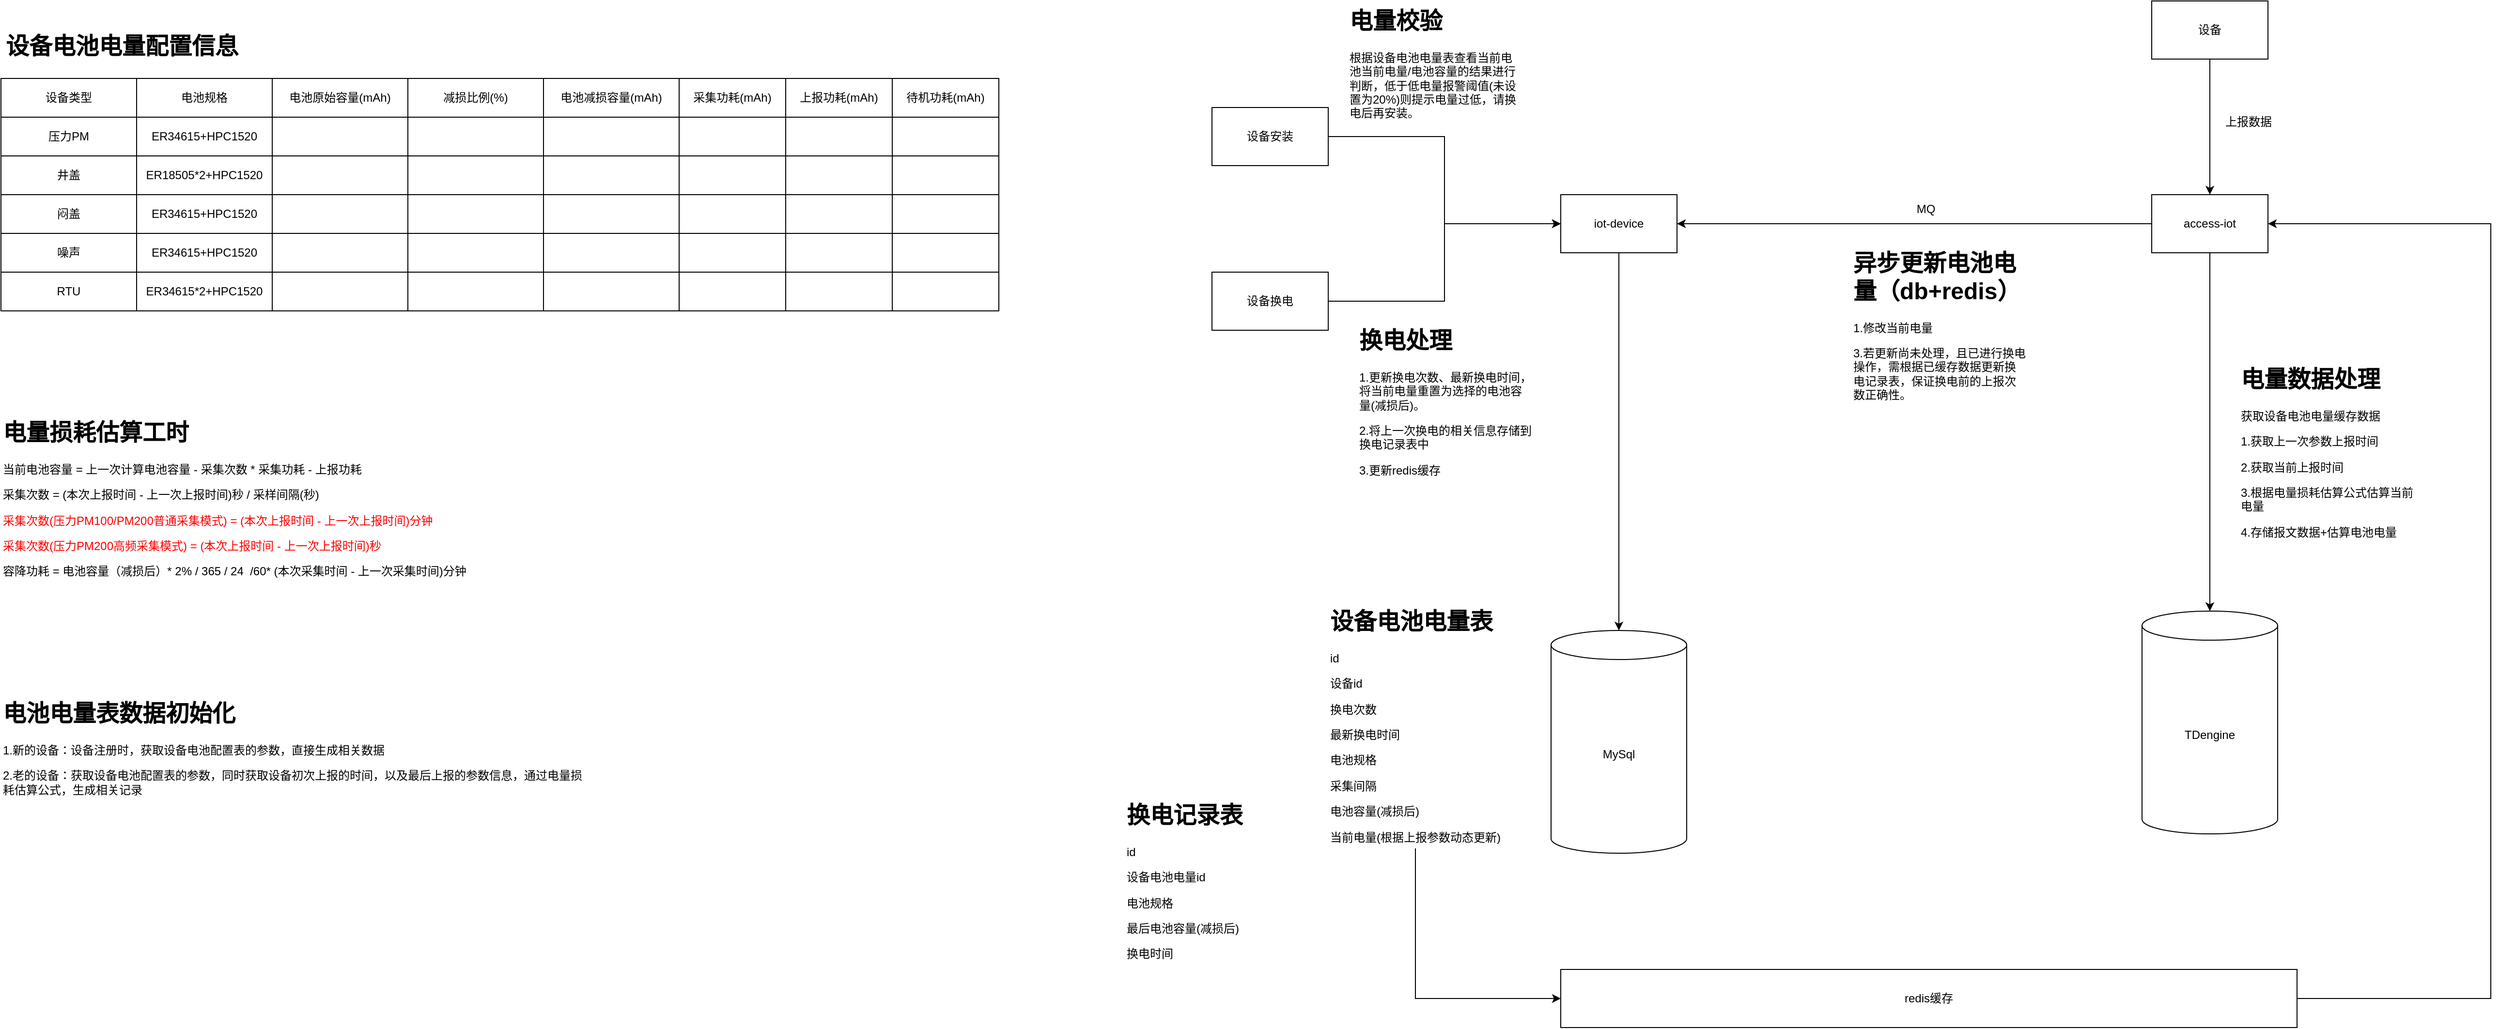
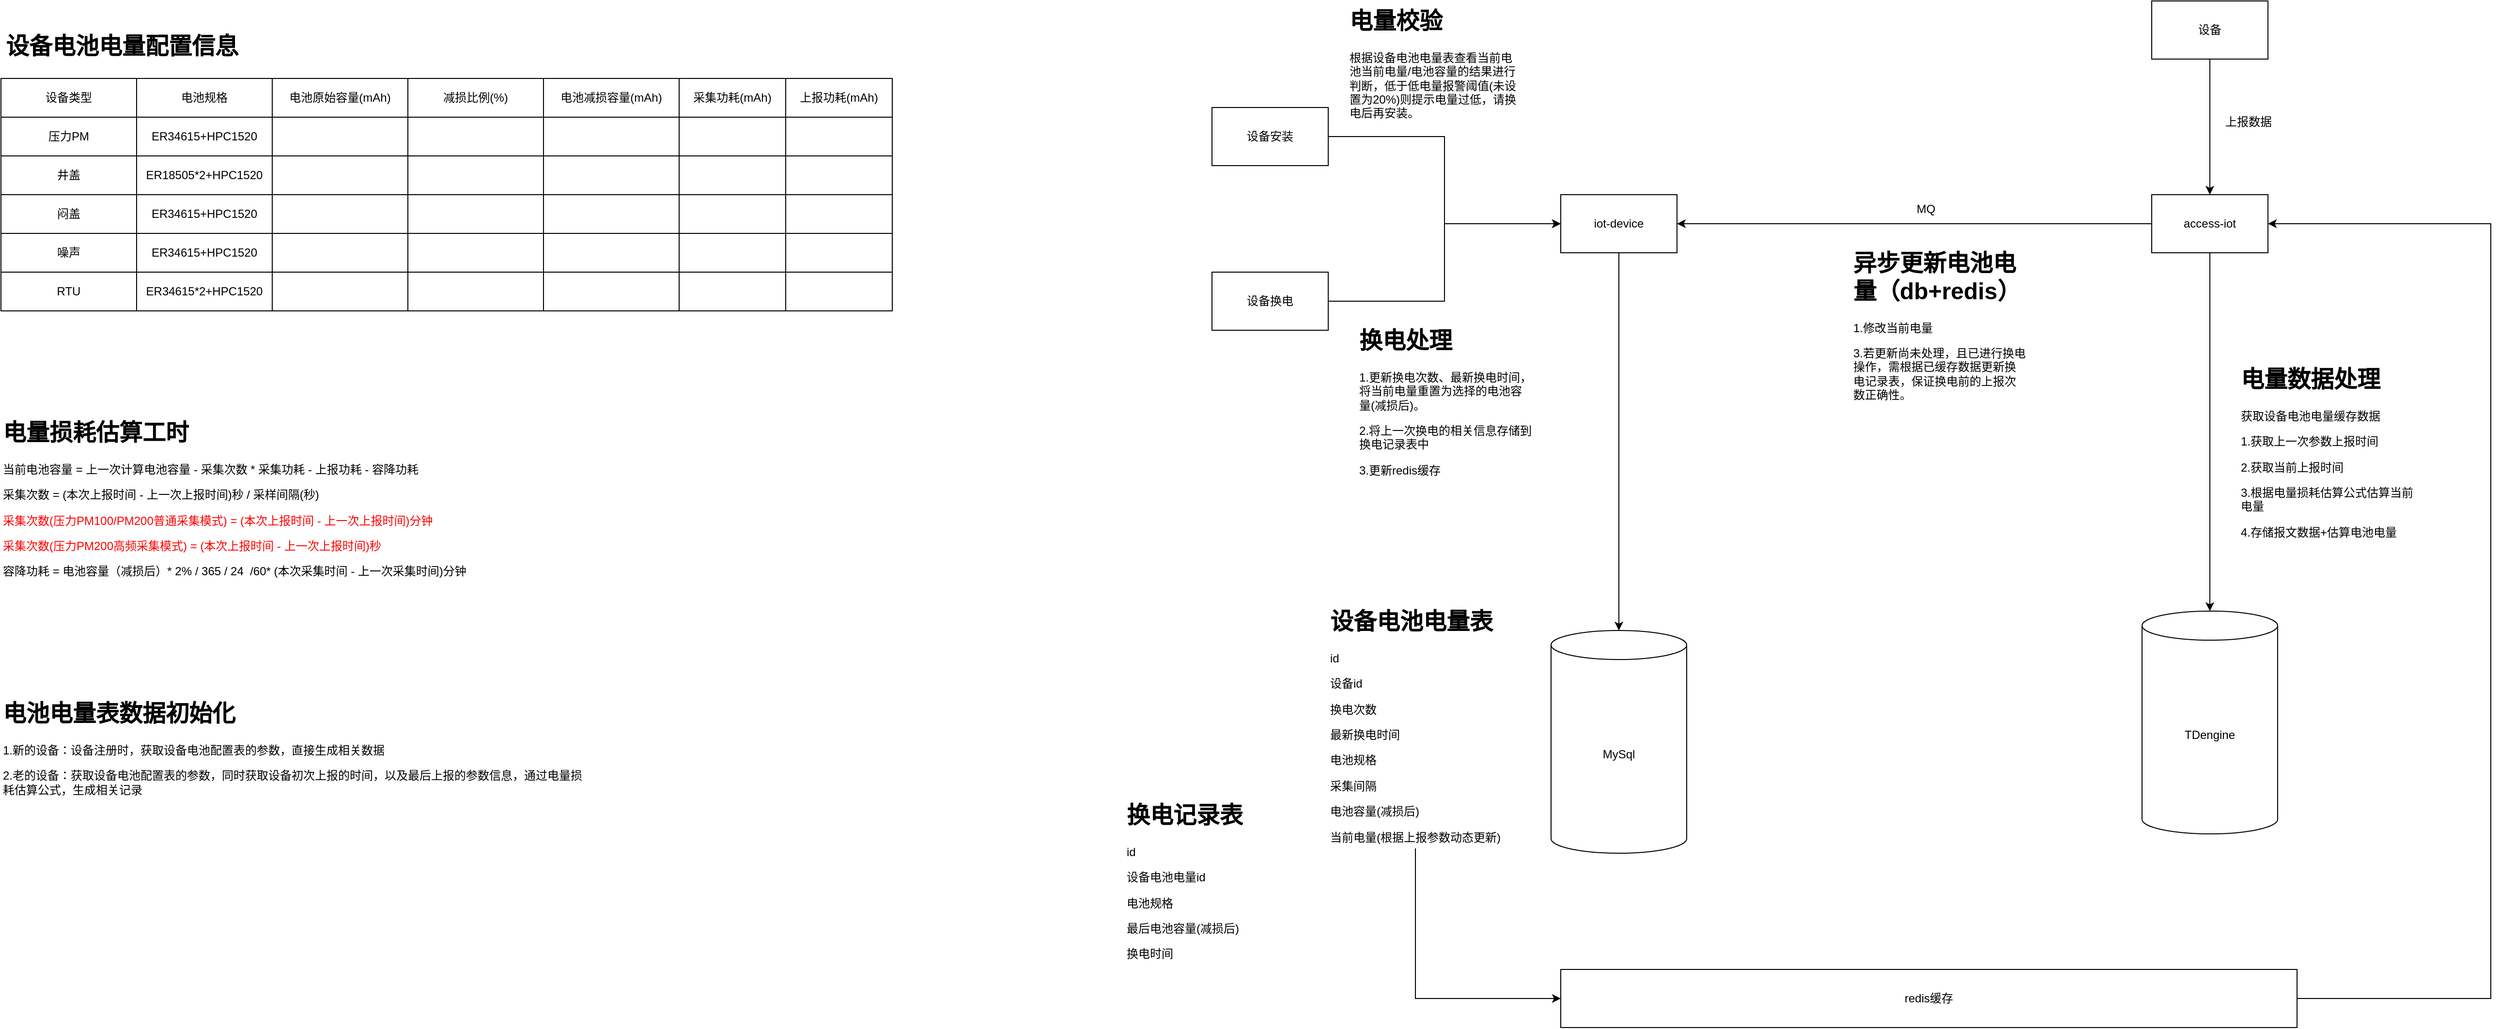
<mxfile host="app.diagrams.net">
  <diagram name="第 1 页" id="CJTt0Y1e_nSTC3EHAazc">
-     <mxGraphModel dx="1904" dy="582" grid="1" gridSize="10" guides="1" tooltips="1" connect="1" arrows="1" fold="1" page="1" pageScale="1" pageWidth="827" pageHeight="1169" math="0" shadow="0">
+     <mxGraphModel dx="3555" dy="1475" grid="1" gridSize="10" guides="1" tooltips="1" connect="1" arrows="1" fold="1" page="1" pageScale="1" pageWidth="827" pageHeight="1169" math="0" shadow="0">
      <root>
        <mxCell id="0" />
        <mxCell id="1" parent="0" />
        <mxCell id="PJUP-OBpyC3OTBr9TddZ-1" edge="1" parent="1" source="PJUP-OBpyC3OTBr9TddZ-2" style="edgeStyle=orthogonalEdgeStyle;rounded=0;orthogonalLoop=1;jettySize=auto;html=1;exitX=0.5;exitY=1;exitDx=0;exitDy=0;" target="PJUP-OBpyC3OTBr9TddZ-6">
          <mxGeometry relative="1" as="geometry" />
        </mxCell>
        <mxCell id="PJUP-OBpyC3OTBr9TddZ-2" parent="1" style="rounded=0;whiteSpace=wrap;html=1;" value="iot-device" vertex="1">
          <mxGeometry height="60" width="120" x="1560" y="530" as="geometry" />
        </mxCell>
        <mxCell id="PJUP-OBpyC3OTBr9TddZ-3" edge="1" parent="1" source="PJUP-OBpyC3OTBr9TddZ-5" style="edgeStyle=orthogonalEdgeStyle;rounded=0;orthogonalLoop=1;jettySize=auto;html=1;exitX=0;exitY=0.5;exitDx=0;exitDy=0;entryX=1;entryY=0.5;entryDx=0;entryDy=0;" target="PJUP-OBpyC3OTBr9TddZ-2">
          <mxGeometry relative="1" as="geometry" />
        </mxCell>
        <mxCell id="PJUP-OBpyC3OTBr9TddZ-4" edge="1" parent="1" source="PJUP-OBpyC3OTBr9TddZ-5" style="edgeStyle=orthogonalEdgeStyle;rounded=0;orthogonalLoop=1;jettySize=auto;html=1;exitX=0.5;exitY=1;exitDx=0;exitDy=0;" target="PJUP-OBpyC3OTBr9TddZ-7">
          <mxGeometry relative="1" as="geometry" />
        </mxCell>
        <mxCell id="PJUP-OBpyC3OTBr9TddZ-5" parent="1" style="rounded=0;whiteSpace=wrap;html=1;" value="access-iot" vertex="1">
          <mxGeometry height="60" width="120" x="2170" y="530" as="geometry" />
        </mxCell>
        <mxCell id="PJUP-OBpyC3OTBr9TddZ-6" parent="1" style="shape=cylinder3;whiteSpace=wrap;html=1;boundedLbl=1;backgroundOutline=1;size=15;" value="MySql" vertex="1">
          <mxGeometry height="230" width="140" x="1550" y="980" as="geometry" />
        </mxCell>
        <mxCell id="PJUP-OBpyC3OTBr9TddZ-7" parent="1" style="shape=cylinder3;whiteSpace=wrap;html=1;boundedLbl=1;backgroundOutline=1;size=15;" value="TDengine" vertex="1">
          <mxGeometry height="230" width="140" x="2160" y="960" as="geometry" />
        </mxCell>
        <mxCell id="PJUP-OBpyC3OTBr9TddZ-8" parent="1" style="text;html=1;whiteSpace=wrap;strokeColor=none;fillColor=none;align=center;verticalAlign=middle;rounded=0;" value="MQ" vertex="1">
          <mxGeometry height="30" width="60" x="1907" y="530" as="geometry" />
        </mxCell>
        <mxCell id="PJUP-OBpyC3OTBr9TddZ-9" edge="1" parent="1" source="PJUP-OBpyC3OTBr9TddZ-10" style="edgeStyle=orthogonalEdgeStyle;rounded=0;orthogonalLoop=1;jettySize=auto;html=1;exitX=0.5;exitY=1;exitDx=0;exitDy=0;entryX=0;entryY=0.5;entryDx=0;entryDy=0;" target="PJUP-OBpyC3OTBr9TddZ-12">
          <mxGeometry relative="1" as="geometry" />
        </mxCell>
        <mxCell id="PJUP-OBpyC3OTBr9TddZ-10" parent="1" style="text;html=1;whiteSpace=wrap;overflow=hidden;rounded=0;" value="&lt;h1 style=&quot;margin-top: 0px;&quot;&gt;设备电池电量表&lt;/h1&gt;&lt;p&gt;id&lt;/p&gt;&lt;p&gt;设备id&lt;/p&gt;&lt;p&gt;换电次数&lt;/p&gt;&lt;p&gt;最新换电时间&lt;/p&gt;&lt;p&gt;电池规格&lt;/p&gt;&lt;p&gt;采集间隔&lt;/p&gt;&lt;p&gt;电池容量(减损后)&lt;/p&gt;&lt;p&gt;当前电量(&lt;span style=&quot;background-color: transparent; color: light-dark(rgb(0, 0, 0), rgb(255, 255, 255));&quot;&gt;根据上报参数动态更新&lt;/span&gt;&lt;span style=&quot;background-color: transparent; color: light-dark(rgb(0, 0, 0), rgb(255, 255, 255));&quot;&gt;)&lt;/span&gt;&lt;/p&gt;" vertex="1">
          <mxGeometry height="255" width="180" x="1320" y="950" as="geometry" />
        </mxCell>
        <mxCell id="PJUP-OBpyC3OTBr9TddZ-11" edge="1" parent="1" source="PJUP-OBpyC3OTBr9TddZ-12" style="edgeStyle=orthogonalEdgeStyle;rounded=0;orthogonalLoop=1;jettySize=auto;html=1;exitX=1;exitY=0.5;exitDx=0;exitDy=0;entryX=1;entryY=0.5;entryDx=0;entryDy=0;" target="PJUP-OBpyC3OTBr9TddZ-5">
          <mxGeometry relative="1" as="geometry">
            <Array as="points">
              <mxPoint x="2520" y="1360" />
              <mxPoint x="2520" y="560" />
            </Array>
          </mxGeometry>
        </mxCell>
        <mxCell id="PJUP-OBpyC3OTBr9TddZ-12" parent="1" style="rounded=0;whiteSpace=wrap;html=1;" value="redis缓存" vertex="1">
          <mxGeometry height="60" width="760" x="1560" y="1330" as="geometry" />
        </mxCell>
        <mxCell id="PJUP-OBpyC3OTBr9TddZ-13" edge="1" parent="1" source="PJUP-OBpyC3OTBr9TddZ-14" style="edgeStyle=orthogonalEdgeStyle;rounded=0;orthogonalLoop=1;jettySize=auto;html=1;exitX=0.5;exitY=1;exitDx=0;exitDy=0;entryX=0.5;entryY=0;entryDx=0;entryDy=0;" target="PJUP-OBpyC3OTBr9TddZ-5">
          <mxGeometry relative="1" as="geometry" />
        </mxCell>
        <mxCell id="PJUP-OBpyC3OTBr9TddZ-14" parent="1" style="rounded=0;whiteSpace=wrap;html=1;" value="设备" vertex="1">
          <mxGeometry height="60" width="120" x="2170" y="330" as="geometry" />
        </mxCell>
        <mxCell id="PJUP-OBpyC3OTBr9TddZ-15" parent="1" style="text;html=1;whiteSpace=wrap;strokeColor=none;fillColor=none;align=center;verticalAlign=middle;rounded=0;" value="上报数据" vertex="1">
          <mxGeometry height="30" width="60" x="2240" y="440" as="geometry" />
        </mxCell>
        <mxCell id="PJUP-OBpyC3OTBr9TddZ-16" parent="1" style="text;html=1;whiteSpace=wrap;overflow=hidden;rounded=0;" value="&lt;h1 style=&quot;margin-top: 0px;&quot;&gt;电量数据处理&lt;/h1&gt;&lt;p&gt;获取设备电池电量缓存数据&lt;/p&gt;&lt;p&gt;1.获取上一次参数上报时间&lt;/p&gt;&lt;p&gt;2.获取当前上报时间&lt;/p&gt;&lt;p&gt;3.根据电量损耗估算公式估算当前电量&lt;/p&gt;&lt;p&gt;4.存储报文数据+估算电池电量&lt;/p&gt;&lt;p&gt;&lt;br&gt;&lt;/p&gt;&lt;p&gt;&lt;br&gt;&lt;/p&gt;" vertex="1">
          <mxGeometry height="250" width="180" x="2260" y="700" as="geometry" />
        </mxCell>
        <mxCell id="PJUP-OBpyC3OTBr9TddZ-17" edge="1" parent="1" source="PJUP-OBpyC3OTBr9TddZ-18" style="edgeStyle=orthogonalEdgeStyle;rounded=0;orthogonalLoop=1;jettySize=auto;html=1;exitX=1;exitY=0.5;exitDx=0;exitDy=0;entryX=0;entryY=0.5;entryDx=0;entryDy=0;" target="PJUP-OBpyC3OTBr9TddZ-2">
          <mxGeometry relative="1" as="geometry" />
        </mxCell>
        <mxCell id="PJUP-OBpyC3OTBr9TddZ-18" parent="1" style="rounded=0;whiteSpace=wrap;html=1;" value="设备安装" vertex="1">
          <mxGeometry height="60" width="120" x="1200" y="440" as="geometry" />
        </mxCell>
        <mxCell id="PJUP-OBpyC3OTBr9TddZ-19" edge="1" parent="1" source="PJUP-OBpyC3OTBr9TddZ-20" style="edgeStyle=orthogonalEdgeStyle;rounded=0;orthogonalLoop=1;jettySize=auto;html=1;exitX=1;exitY=0.5;exitDx=0;exitDy=0;entryX=0;entryY=0.5;entryDx=0;entryDy=0;" target="PJUP-OBpyC3OTBr9TddZ-2">
          <mxGeometry relative="1" as="geometry" />
        </mxCell>
        <mxCell id="PJUP-OBpyC3OTBr9TddZ-20" parent="1" style="rounded=0;whiteSpace=wrap;html=1;" value="设备换电" vertex="1">
          <mxGeometry height="60" width="120" x="1200" y="610" as="geometry" />
        </mxCell>
        <mxCell id="PJUP-OBpyC3OTBr9TddZ-21" parent="1" style="text;html=1;whiteSpace=wrap;overflow=hidden;rounded=0;" value="&lt;h1 style=&quot;margin-top: 0px;&quot;&gt;电量校验&lt;/h1&gt;&lt;p&gt;根据设备电池电量表查看当前电池当前电量/电池容量的结果进行判断，低于低电量报警阈值&lt;span style=&quot;background-color: transparent; color: light-dark(rgb(0, 0, 0), rgb(255, 255, 255));&quot;&gt;(未设置为20%)&lt;/span&gt;&lt;span style=&quot;background-color: transparent; color: light-dark(rgb(0, 0, 0), rgb(255, 255, 255));&quot;&gt;则提示电量过低，请换电后再安装。&lt;/span&gt;&lt;/p&gt;" vertex="1">
          <mxGeometry height="150" width="180" x="1340" y="330" as="geometry" />
        </mxCell>
        <mxCell id="PJUP-OBpyC3OTBr9TddZ-22" parent="1" style="text;html=1;whiteSpace=wrap;overflow=hidden;rounded=0;" value="&lt;h1 style=&quot;margin-top: 0px;&quot;&gt;换电处理&lt;/h1&gt;&lt;p&gt;1.更新换电次数、最新换电时间，将当前电量重置为选择的电池容量(减损后)。&lt;/p&gt;&lt;p&gt;2.将上一次换电的相关信息存储到换电记录表中&lt;/p&gt;&lt;p&gt;3.更新redis缓存&lt;/p&gt;" vertex="1">
          <mxGeometry height="180" width="180" x="1350" y="660" as="geometry" />
        </mxCell>
        <mxCell id="PJUP-OBpyC3OTBr9TddZ-23" parent="1" style="text;html=1;whiteSpace=wrap;overflow=hidden;rounded=0;" value="&lt;h1 style=&quot;margin-top: 0px;&quot;&gt;换电记录表&lt;/h1&gt;&lt;p&gt;id&lt;/p&gt;&lt;p&gt;设备电池电量id&lt;/p&gt;&lt;p&gt;电池规格&lt;/p&gt;&lt;p&gt;最后电池容量(减损后)&lt;/p&gt;&lt;p&gt;换电时间&lt;/p&gt;" vertex="1">
          <mxGeometry height="210" width="180" x="1110" y="1150" as="geometry" />
        </mxCell>
        <mxCell id="PJUP-OBpyC3OTBr9TddZ-24" parent="1" style="text;html=1;whiteSpace=wrap;overflow=hidden;rounded=0;" value="&lt;h1 style=&quot;margin-top: 0px;&quot;&gt;异步更新电池电量（db+redis）&lt;/h1&gt;&lt;p&gt;1.修改当前电量&lt;/p&gt;&lt;p&gt;3.若更新尚未处理，且已进行换电操作，需根据已缓存数据更新换电记录表，保证换电前的上报次数正确性。&lt;/p&gt;&lt;p&gt;&lt;br&gt;&lt;/p&gt;" vertex="1">
          <mxGeometry height="310" width="180" x="1860" y="580" as="geometry" />
        </mxCell>
        <mxCell id="PJUP-OBpyC3OTBr9TddZ-25" parent="1" style="shape=table;startSize=0;container=1;collapsible=0;childLayout=tableLayout;fixedHeader=1;" value="" vertex="1">
-           <mxGeometry height="240" width="1030" x="-50" y="410" as="geometry" />
+           <mxGeometry height="240" width="920" x="-50" y="410" as="geometry" />
        </mxCell>
        <mxCell id="PJUP-OBpyC3OTBr9TddZ-26" parent="PJUP-OBpyC3OTBr9TddZ-25" style="shape=tableRow;horizontal=0;startSize=0;swimlaneHead=0;swimlaneBody=0;strokeColor=inherit;top=0;left=0;bottom=0;right=0;collapsible=0;dropTarget=0;fillColor=none;points=[[0,0.5],[1,0.5]];portConstraint=eastwest;fixedHeader=1;" value="" vertex="1">
-           <mxGeometry height="40" width="1030" as="geometry" />
+           <mxGeometry height="40" width="920" as="geometry" />
        </mxCell>
        <mxCell id="PJUP-OBpyC3OTBr9TddZ-27" parent="PJUP-OBpyC3OTBr9TddZ-26" style="shape=partialRectangle;html=1;whiteSpace=wrap;connectable=0;strokeColor=inherit;overflow=hidden;fillColor=none;top=0;left=0;bottom=0;right=0;pointerEvents=1;" value="设备类型" vertex="1">
          <mxGeometry height="40" width="140" as="geometry">
            <mxRectangle height="40" width="140" as="alternateBounds" />
          </mxGeometry>
        </mxCell>
        <mxCell id="PJUP-OBpyC3OTBr9TddZ-28" parent="PJUP-OBpyC3OTBr9TddZ-26" style="shape=partialRectangle;html=1;whiteSpace=wrap;connectable=0;strokeColor=inherit;overflow=hidden;fillColor=none;top=0;left=0;bottom=0;right=0;pointerEvents=1;" value="电池规格" vertex="1">
          <mxGeometry height="40" width="140" x="140" as="geometry">
            <mxRectangle height="40" width="140" as="alternateBounds" />
          </mxGeometry>
        </mxCell>
        <mxCell id="PJUP-OBpyC3OTBr9TddZ-29" parent="PJUP-OBpyC3OTBr9TddZ-26" style="shape=partialRectangle;html=1;whiteSpace=wrap;connectable=0;strokeColor=inherit;overflow=hidden;fillColor=none;top=0;left=0;bottom=0;right=0;pointerEvents=1;" value="电池原始容量(mAh)" vertex="1">
          <mxGeometry height="40" width="140" x="280" as="geometry">
            <mxRectangle height="40" width="140" as="alternateBounds" />
          </mxGeometry>
        </mxCell>
        <mxCell id="PJUP-OBpyC3OTBr9TddZ-50" parent="PJUP-OBpyC3OTBr9TddZ-26" style="shape=partialRectangle;html=1;whiteSpace=wrap;connectable=0;strokeColor=inherit;overflow=hidden;fillColor=none;top=0;left=0;bottom=0;right=0;pointerEvents=1;" value="减损比例(%)" vertex="1">
          <mxGeometry height="40" width="140" x="420" as="geometry">
            <mxRectangle height="40" width="140" as="alternateBounds" />
          </mxGeometry>
        </mxCell>
        <mxCell id="PJUP-OBpyC3OTBr9TddZ-56" parent="PJUP-OBpyC3OTBr9TddZ-26" style="shape=partialRectangle;html=1;whiteSpace=wrap;connectable=0;strokeColor=inherit;overflow=hidden;fillColor=none;top=0;left=0;bottom=0;right=0;pointerEvents=1;" value="电池减损容量(mAh)" vertex="1">
          <mxGeometry height="40" width="140" x="560" as="geometry">
            <mxRectangle height="40" width="140" as="alternateBounds" />
          </mxGeometry>
        </mxCell>
        <mxCell id="PJUP-OBpyC3OTBr9TddZ-77" parent="PJUP-OBpyC3OTBr9TddZ-26" style="shape=partialRectangle;html=1;whiteSpace=wrap;connectable=0;strokeColor=inherit;overflow=hidden;fillColor=none;top=0;left=0;bottom=0;right=0;pointerEvents=1;" value="采集功耗(mAh)" vertex="1">
          <mxGeometry height="40" width="110" x="700" as="geometry">
            <mxRectangle height="40" width="110" as="alternateBounds" />
          </mxGeometry>
        </mxCell>
        <mxCell id="PJUP-OBpyC3OTBr9TddZ-90" parent="PJUP-OBpyC3OTBr9TddZ-26" style="shape=partialRectangle;html=1;whiteSpace=wrap;connectable=0;strokeColor=inherit;overflow=hidden;fillColor=none;top=0;left=0;bottom=0;right=0;pointerEvents=1;" value="上报功耗(mAh)" vertex="1">
          <mxGeometry height="40" width="110" x="810" as="geometry">
            <mxRectangle height="40" width="110" as="alternateBounds" />
          </mxGeometry>
        </mxCell>
-         <mxCell id="PJUP-OBpyC3OTBr9TddZ-83" parent="PJUP-OBpyC3OTBr9TddZ-26" style="shape=partialRectangle;html=1;whiteSpace=wrap;connectable=0;strokeColor=inherit;overflow=hidden;fillColor=none;top=0;left=0;bottom=0;right=0;pointerEvents=1;" value="待机功耗(mAh)" vertex="1">
-           <mxGeometry height="40" width="110" x="920" as="geometry">
-             <mxRectangle height="40" width="110" as="alternateBounds" />
-           </mxGeometry>
-         </mxCell>
        <mxCell id="PJUP-OBpyC3OTBr9TddZ-30" parent="PJUP-OBpyC3OTBr9TddZ-25" style="shape=tableRow;horizontal=0;startSize=0;swimlaneHead=0;swimlaneBody=0;strokeColor=inherit;top=0;left=0;bottom=0;right=0;collapsible=0;dropTarget=0;fillColor=none;points=[[0,0.5],[1,0.5]];portConstraint=eastwest;fixedHeader=1;" value="" vertex="1">
-           <mxGeometry height="40" width="1030" y="40" as="geometry" />
+           <mxGeometry height="40" width="920" y="40" as="geometry" />
        </mxCell>
        <mxCell id="PJUP-OBpyC3OTBr9TddZ-31" parent="PJUP-OBpyC3OTBr9TddZ-30" style="shape=partialRectangle;html=1;whiteSpace=wrap;connectable=0;strokeColor=inherit;overflow=hidden;fillColor=none;top=0;left=0;bottom=0;right=0;pointerEvents=1;" value="压力PM" vertex="1">
          <mxGeometry height="40" width="140" as="geometry">
            <mxRectangle height="40" width="140" as="alternateBounds" />
          </mxGeometry>
        </mxCell>
        <mxCell id="PJUP-OBpyC3OTBr9TddZ-32" parent="PJUP-OBpyC3OTBr9TddZ-30" style="shape=partialRectangle;html=1;whiteSpace=wrap;connectable=0;strokeColor=inherit;overflow=hidden;fillColor=none;top=0;left=0;bottom=0;right=0;pointerEvents=1;" value="ER34615+HPC1520" vertex="1">
          <mxGeometry height="40" width="140" x="140" as="geometry">
            <mxRectangle height="40" width="140" as="alternateBounds" />
          </mxGeometry>
        </mxCell>
        <mxCell id="PJUP-OBpyC3OTBr9TddZ-33" parent="PJUP-OBpyC3OTBr9TddZ-30" style="shape=partialRectangle;html=1;whiteSpace=wrap;connectable=0;strokeColor=inherit;overflow=hidden;fillColor=none;top=0;left=0;bottom=0;right=0;pointerEvents=1;" value="" vertex="1">
          <mxGeometry height="40" width="140" x="280" as="geometry">
            <mxRectangle height="40" width="140" as="alternateBounds" />
          </mxGeometry>
        </mxCell>
        <mxCell id="PJUP-OBpyC3OTBr9TddZ-51" parent="PJUP-OBpyC3OTBr9TddZ-30" style="shape=partialRectangle;html=1;whiteSpace=wrap;connectable=0;strokeColor=inherit;overflow=hidden;fillColor=none;top=0;left=0;bottom=0;right=0;pointerEvents=1;" vertex="1">
          <mxGeometry height="40" width="140" x="420" as="geometry">
            <mxRectangle height="40" width="140" as="alternateBounds" />
          </mxGeometry>
        </mxCell>
        <mxCell id="PJUP-OBpyC3OTBr9TddZ-57" parent="PJUP-OBpyC3OTBr9TddZ-30" style="shape=partialRectangle;html=1;whiteSpace=wrap;connectable=0;strokeColor=inherit;overflow=hidden;fillColor=none;top=0;left=0;bottom=0;right=0;pointerEvents=1;" vertex="1">
          <mxGeometry height="40" width="140" x="560" as="geometry">
            <mxRectangle height="40" width="140" as="alternateBounds" />
          </mxGeometry>
        </mxCell>
        <mxCell id="PJUP-OBpyC3OTBr9TddZ-78" parent="PJUP-OBpyC3OTBr9TddZ-30" style="shape=partialRectangle;html=1;whiteSpace=wrap;connectable=0;strokeColor=inherit;overflow=hidden;fillColor=none;top=0;left=0;bottom=0;right=0;pointerEvents=1;" vertex="1">
          <mxGeometry height="40" width="110" x="700" as="geometry">
            <mxRectangle height="40" width="110" as="alternateBounds" />
          </mxGeometry>
        </mxCell>
        <mxCell id="PJUP-OBpyC3OTBr9TddZ-91" parent="PJUP-OBpyC3OTBr9TddZ-30" style="shape=partialRectangle;html=1;whiteSpace=wrap;connectable=0;strokeColor=inherit;overflow=hidden;fillColor=none;top=0;left=0;bottom=0;right=0;pointerEvents=1;" vertex="1">
          <mxGeometry height="40" width="110" x="810" as="geometry">
            <mxRectangle height="40" width="110" as="alternateBounds" />
          </mxGeometry>
        </mxCell>
-         <mxCell id="PJUP-OBpyC3OTBr9TddZ-84" parent="PJUP-OBpyC3OTBr9TddZ-30" style="shape=partialRectangle;html=1;whiteSpace=wrap;connectable=0;strokeColor=inherit;overflow=hidden;fillColor=none;top=0;left=0;bottom=0;right=0;pointerEvents=1;" vertex="1">
-           <mxGeometry height="40" width="110" x="920" as="geometry">
-             <mxRectangle height="40" width="110" as="alternateBounds" />
-           </mxGeometry>
-         </mxCell>
        <mxCell id="PJUP-OBpyC3OTBr9TddZ-34" parent="PJUP-OBpyC3OTBr9TddZ-25" style="shape=tableRow;horizontal=0;startSize=0;swimlaneHead=0;swimlaneBody=0;strokeColor=inherit;top=0;left=0;bottom=0;right=0;collapsible=0;dropTarget=0;fillColor=none;points=[[0,0.5],[1,0.5]];portConstraint=eastwest;fixedHeader=1;" value="" vertex="1">
-           <mxGeometry height="40" width="1030" y="80" as="geometry" />
+           <mxGeometry height="40" width="920" y="80" as="geometry" />
        </mxCell>
        <mxCell id="PJUP-OBpyC3OTBr9TddZ-35" parent="PJUP-OBpyC3OTBr9TddZ-34" style="shape=partialRectangle;html=1;whiteSpace=wrap;connectable=0;strokeColor=inherit;overflow=hidden;fillColor=none;top=0;left=0;bottom=0;right=0;pointerEvents=1;" value="井盖" vertex="1">
          <mxGeometry height="40" width="140" as="geometry">
            <mxRectangle height="40" width="140" as="alternateBounds" />
          </mxGeometry>
        </mxCell>
        <mxCell id="PJUP-OBpyC3OTBr9TddZ-36" parent="PJUP-OBpyC3OTBr9TddZ-34" style="shape=partialRectangle;html=1;whiteSpace=wrap;connectable=0;strokeColor=inherit;overflow=hidden;fillColor=none;top=0;left=0;bottom=0;right=0;pointerEvents=1;" value="ER18505*2+HPC1520" vertex="1">
          <mxGeometry height="40" width="140" x="140" as="geometry">
            <mxRectangle height="40" width="140" as="alternateBounds" />
          </mxGeometry>
        </mxCell>
        <mxCell id="PJUP-OBpyC3OTBr9TddZ-37" parent="PJUP-OBpyC3OTBr9TddZ-34" style="shape=partialRectangle;html=1;whiteSpace=wrap;connectable=0;strokeColor=inherit;overflow=hidden;fillColor=none;top=0;left=0;bottom=0;right=0;pointerEvents=1;" value="" vertex="1">
          <mxGeometry height="40" width="140" x="280" as="geometry">
            <mxRectangle height="40" width="140" as="alternateBounds" />
          </mxGeometry>
        </mxCell>
        <mxCell id="PJUP-OBpyC3OTBr9TddZ-52" parent="PJUP-OBpyC3OTBr9TddZ-34" style="shape=partialRectangle;html=1;whiteSpace=wrap;connectable=0;strokeColor=inherit;overflow=hidden;fillColor=none;top=0;left=0;bottom=0;right=0;pointerEvents=1;" vertex="1">
          <mxGeometry height="40" width="140" x="420" as="geometry">
            <mxRectangle height="40" width="140" as="alternateBounds" />
          </mxGeometry>
        </mxCell>
        <mxCell id="PJUP-OBpyC3OTBr9TddZ-58" parent="PJUP-OBpyC3OTBr9TddZ-34" style="shape=partialRectangle;html=1;whiteSpace=wrap;connectable=0;strokeColor=inherit;overflow=hidden;fillColor=none;top=0;left=0;bottom=0;right=0;pointerEvents=1;" vertex="1">
          <mxGeometry height="40" width="140" x="560" as="geometry">
            <mxRectangle height="40" width="140" as="alternateBounds" />
          </mxGeometry>
        </mxCell>
        <mxCell id="PJUP-OBpyC3OTBr9TddZ-79" parent="PJUP-OBpyC3OTBr9TddZ-34" style="shape=partialRectangle;html=1;whiteSpace=wrap;connectable=0;strokeColor=inherit;overflow=hidden;fillColor=none;top=0;left=0;bottom=0;right=0;pointerEvents=1;" vertex="1">
          <mxGeometry height="40" width="110" x="700" as="geometry">
            <mxRectangle height="40" width="110" as="alternateBounds" />
          </mxGeometry>
        </mxCell>
        <mxCell id="PJUP-OBpyC3OTBr9TddZ-92" parent="PJUP-OBpyC3OTBr9TddZ-34" style="shape=partialRectangle;html=1;whiteSpace=wrap;connectable=0;strokeColor=inherit;overflow=hidden;fillColor=none;top=0;left=0;bottom=0;right=0;pointerEvents=1;" vertex="1">
          <mxGeometry height="40" width="110" x="810" as="geometry">
            <mxRectangle height="40" width="110" as="alternateBounds" />
          </mxGeometry>
        </mxCell>
-         <mxCell id="PJUP-OBpyC3OTBr9TddZ-85" parent="PJUP-OBpyC3OTBr9TddZ-34" style="shape=partialRectangle;html=1;whiteSpace=wrap;connectable=0;strokeColor=inherit;overflow=hidden;fillColor=none;top=0;left=0;bottom=0;right=0;pointerEvents=1;" vertex="1">
-           <mxGeometry height="40" width="110" x="920" as="geometry">
-             <mxRectangle height="40" width="110" as="alternateBounds" />
-           </mxGeometry>
-         </mxCell>
        <mxCell id="PJUP-OBpyC3OTBr9TddZ-38" parent="PJUP-OBpyC3OTBr9TddZ-25" style="shape=tableRow;horizontal=0;startSize=0;swimlaneHead=0;swimlaneBody=0;strokeColor=inherit;top=0;left=0;bottom=0;right=0;collapsible=0;dropTarget=0;fillColor=none;points=[[0,0.5],[1,0.5]];portConstraint=eastwest;fixedHeader=1;" value="" vertex="1">
-           <mxGeometry height="40" width="1030" y="120" as="geometry" />
+           <mxGeometry height="40" width="920" y="120" as="geometry" />
        </mxCell>
        <mxCell id="PJUP-OBpyC3OTBr9TddZ-39" parent="PJUP-OBpyC3OTBr9TddZ-38" style="shape=partialRectangle;html=1;whiteSpace=wrap;connectable=0;strokeColor=inherit;overflow=hidden;fillColor=none;top=0;left=0;bottom=0;right=0;pointerEvents=1;" value="闷盖" vertex="1">
          <mxGeometry height="40" width="140" as="geometry">
            <mxRectangle height="40" width="140" as="alternateBounds" />
          </mxGeometry>
        </mxCell>
        <mxCell id="PJUP-OBpyC3OTBr9TddZ-40" parent="PJUP-OBpyC3OTBr9TddZ-38" style="shape=partialRectangle;html=1;whiteSpace=wrap;connectable=0;strokeColor=inherit;overflow=hidden;fillColor=none;top=0;left=0;bottom=0;right=0;pointerEvents=1;" value="ER34615+HPC1520" vertex="1">
          <mxGeometry height="40" width="140" x="140" as="geometry">
            <mxRectangle height="40" width="140" as="alternateBounds" />
          </mxGeometry>
        </mxCell>
        <mxCell id="PJUP-OBpyC3OTBr9TddZ-41" parent="PJUP-OBpyC3OTBr9TddZ-38" style="shape=partialRectangle;html=1;whiteSpace=wrap;connectable=0;strokeColor=inherit;overflow=hidden;fillColor=none;top=0;left=0;bottom=0;right=0;pointerEvents=1;" value="" vertex="1">
          <mxGeometry height="40" width="140" x="280" as="geometry">
            <mxRectangle height="40" width="140" as="alternateBounds" />
          </mxGeometry>
        </mxCell>
        <mxCell id="PJUP-OBpyC3OTBr9TddZ-53" parent="PJUP-OBpyC3OTBr9TddZ-38" style="shape=partialRectangle;html=1;whiteSpace=wrap;connectable=0;strokeColor=inherit;overflow=hidden;fillColor=none;top=0;left=0;bottom=0;right=0;pointerEvents=1;" vertex="1">
          <mxGeometry height="40" width="140" x="420" as="geometry">
            <mxRectangle height="40" width="140" as="alternateBounds" />
          </mxGeometry>
        </mxCell>
        <mxCell id="PJUP-OBpyC3OTBr9TddZ-59" parent="PJUP-OBpyC3OTBr9TddZ-38" style="shape=partialRectangle;html=1;whiteSpace=wrap;connectable=0;strokeColor=inherit;overflow=hidden;fillColor=none;top=0;left=0;bottom=0;right=0;pointerEvents=1;" vertex="1">
          <mxGeometry height="40" width="140" x="560" as="geometry">
            <mxRectangle height="40" width="140" as="alternateBounds" />
          </mxGeometry>
        </mxCell>
        <mxCell id="PJUP-OBpyC3OTBr9TddZ-80" parent="PJUP-OBpyC3OTBr9TddZ-38" style="shape=partialRectangle;html=1;whiteSpace=wrap;connectable=0;strokeColor=inherit;overflow=hidden;fillColor=none;top=0;left=0;bottom=0;right=0;pointerEvents=1;" vertex="1">
          <mxGeometry height="40" width="110" x="700" as="geometry">
            <mxRectangle height="40" width="110" as="alternateBounds" />
          </mxGeometry>
        </mxCell>
        <mxCell id="PJUP-OBpyC3OTBr9TddZ-93" parent="PJUP-OBpyC3OTBr9TddZ-38" style="shape=partialRectangle;html=1;whiteSpace=wrap;connectable=0;strokeColor=inherit;overflow=hidden;fillColor=none;top=0;left=0;bottom=0;right=0;pointerEvents=1;" vertex="1">
          <mxGeometry height="40" width="110" x="810" as="geometry">
            <mxRectangle height="40" width="110" as="alternateBounds" />
          </mxGeometry>
        </mxCell>
-         <mxCell id="PJUP-OBpyC3OTBr9TddZ-86" parent="PJUP-OBpyC3OTBr9TddZ-38" style="shape=partialRectangle;html=1;whiteSpace=wrap;connectable=0;strokeColor=inherit;overflow=hidden;fillColor=none;top=0;left=0;bottom=0;right=0;pointerEvents=1;" vertex="1">
-           <mxGeometry height="40" width="110" x="920" as="geometry">
-             <mxRectangle height="40" width="110" as="alternateBounds" />
-           </mxGeometry>
-         </mxCell>
        <mxCell id="PJUP-OBpyC3OTBr9TddZ-42" parent="PJUP-OBpyC3OTBr9TddZ-25" style="shape=tableRow;horizontal=0;startSize=0;swimlaneHead=0;swimlaneBody=0;strokeColor=inherit;top=0;left=0;bottom=0;right=0;collapsible=0;dropTarget=0;fillColor=none;points=[[0,0.5],[1,0.5]];portConstraint=eastwest;fixedHeader=1;" value="" vertex="1">
-           <mxGeometry height="40" width="1030" y="160" as="geometry" />
+           <mxGeometry height="40" width="920" y="160" as="geometry" />
        </mxCell>
        <mxCell id="PJUP-OBpyC3OTBr9TddZ-43" parent="PJUP-OBpyC3OTBr9TddZ-42" style="shape=partialRectangle;html=1;whiteSpace=wrap;connectable=0;strokeColor=inherit;overflow=hidden;fillColor=none;top=0;left=0;bottom=0;right=0;pointerEvents=1;" value="噪声" vertex="1">
          <mxGeometry height="40" width="140" as="geometry">
            <mxRectangle height="40" width="140" as="alternateBounds" />
          </mxGeometry>
        </mxCell>
        <mxCell id="PJUP-OBpyC3OTBr9TddZ-44" parent="PJUP-OBpyC3OTBr9TddZ-42" style="shape=partialRectangle;html=1;whiteSpace=wrap;connectable=0;strokeColor=inherit;overflow=hidden;fillColor=none;top=0;left=0;bottom=0;right=0;pointerEvents=1;" value="ER34615+HPC1520" vertex="1">
          <mxGeometry height="40" width="140" x="140" as="geometry">
            <mxRectangle height="40" width="140" as="alternateBounds" />
          </mxGeometry>
        </mxCell>
        <mxCell id="PJUP-OBpyC3OTBr9TddZ-45" parent="PJUP-OBpyC3OTBr9TddZ-42" style="shape=partialRectangle;html=1;whiteSpace=wrap;connectable=0;strokeColor=inherit;overflow=hidden;fillColor=none;top=0;left=0;bottom=0;right=0;pointerEvents=1;" value="" vertex="1">
          <mxGeometry height="40" width="140" x="280" as="geometry">
            <mxRectangle height="40" width="140" as="alternateBounds" />
          </mxGeometry>
        </mxCell>
        <mxCell id="PJUP-OBpyC3OTBr9TddZ-54" parent="PJUP-OBpyC3OTBr9TddZ-42" style="shape=partialRectangle;html=1;whiteSpace=wrap;connectable=0;strokeColor=inherit;overflow=hidden;fillColor=none;top=0;left=0;bottom=0;right=0;pointerEvents=1;" vertex="1">
          <mxGeometry height="40" width="140" x="420" as="geometry">
            <mxRectangle height="40" width="140" as="alternateBounds" />
          </mxGeometry>
        </mxCell>
        <mxCell id="PJUP-OBpyC3OTBr9TddZ-60" parent="PJUP-OBpyC3OTBr9TddZ-42" style="shape=partialRectangle;html=1;whiteSpace=wrap;connectable=0;strokeColor=inherit;overflow=hidden;fillColor=none;top=0;left=0;bottom=0;right=0;pointerEvents=1;" vertex="1">
          <mxGeometry height="40" width="140" x="560" as="geometry">
            <mxRectangle height="40" width="140" as="alternateBounds" />
          </mxGeometry>
        </mxCell>
        <mxCell id="PJUP-OBpyC3OTBr9TddZ-81" parent="PJUP-OBpyC3OTBr9TddZ-42" style="shape=partialRectangle;html=1;whiteSpace=wrap;connectable=0;strokeColor=inherit;overflow=hidden;fillColor=none;top=0;left=0;bottom=0;right=0;pointerEvents=1;" vertex="1">
          <mxGeometry height="40" width="110" x="700" as="geometry">
            <mxRectangle height="40" width="110" as="alternateBounds" />
          </mxGeometry>
        </mxCell>
        <mxCell id="PJUP-OBpyC3OTBr9TddZ-94" parent="PJUP-OBpyC3OTBr9TddZ-42" style="shape=partialRectangle;html=1;whiteSpace=wrap;connectable=0;strokeColor=inherit;overflow=hidden;fillColor=none;top=0;left=0;bottom=0;right=0;pointerEvents=1;" vertex="1">
          <mxGeometry height="40" width="110" x="810" as="geometry">
            <mxRectangle height="40" width="110" as="alternateBounds" />
          </mxGeometry>
        </mxCell>
-         <mxCell id="PJUP-OBpyC3OTBr9TddZ-87" parent="PJUP-OBpyC3OTBr9TddZ-42" style="shape=partialRectangle;html=1;whiteSpace=wrap;connectable=0;strokeColor=inherit;overflow=hidden;fillColor=none;top=0;left=0;bottom=0;right=0;pointerEvents=1;" vertex="1">
-           <mxGeometry height="40" width="110" x="920" as="geometry">
-             <mxRectangle height="40" width="110" as="alternateBounds" />
-           </mxGeometry>
-         </mxCell>
        <mxCell id="PJUP-OBpyC3OTBr9TddZ-46" parent="PJUP-OBpyC3OTBr9TddZ-25" style="shape=tableRow;horizontal=0;startSize=0;swimlaneHead=0;swimlaneBody=0;strokeColor=inherit;top=0;left=0;bottom=0;right=0;collapsible=0;dropTarget=0;fillColor=none;points=[[0,0.5],[1,0.5]];portConstraint=eastwest;fixedHeader=1;" vertex="1">
-           <mxGeometry height="40" width="1030" y="200" as="geometry" />
+           <mxGeometry height="40" width="920" y="200" as="geometry" />
        </mxCell>
        <mxCell id="PJUP-OBpyC3OTBr9TddZ-47" parent="PJUP-OBpyC3OTBr9TddZ-46" style="shape=partialRectangle;html=1;whiteSpace=wrap;connectable=0;strokeColor=inherit;overflow=hidden;fillColor=none;top=0;left=0;bottom=0;right=0;pointerEvents=1;" value="RTU" vertex="1">
          <mxGeometry height="40" width="140" as="geometry">
            <mxRectangle height="40" width="140" as="alternateBounds" />
          </mxGeometry>
        </mxCell>
        <mxCell id="PJUP-OBpyC3OTBr9TddZ-48" parent="PJUP-OBpyC3OTBr9TddZ-46" style="shape=partialRectangle;html=1;whiteSpace=wrap;connectable=0;strokeColor=inherit;overflow=hidden;fillColor=none;top=0;left=0;bottom=0;right=0;pointerEvents=1;" value="ER34615*2+HPC1520" vertex="1">
          <mxGeometry height="40" width="140" x="140" as="geometry">
            <mxRectangle height="40" width="140" as="alternateBounds" />
          </mxGeometry>
        </mxCell>
        <mxCell id="PJUP-OBpyC3OTBr9TddZ-49" parent="PJUP-OBpyC3OTBr9TddZ-46" style="shape=partialRectangle;html=1;whiteSpace=wrap;connectable=0;strokeColor=inherit;overflow=hidden;fillColor=none;top=0;left=0;bottom=0;right=0;pointerEvents=1;" vertex="1">
          <mxGeometry height="40" width="140" x="280" as="geometry">
            <mxRectangle height="40" width="140" as="alternateBounds" />
          </mxGeometry>
        </mxCell>
        <mxCell id="PJUP-OBpyC3OTBr9TddZ-55" parent="PJUP-OBpyC3OTBr9TddZ-46" style="shape=partialRectangle;html=1;whiteSpace=wrap;connectable=0;strokeColor=inherit;overflow=hidden;fillColor=none;top=0;left=0;bottom=0;right=0;pointerEvents=1;" vertex="1">
          <mxGeometry height="40" width="140" x="420" as="geometry">
            <mxRectangle height="40" width="140" as="alternateBounds" />
          </mxGeometry>
        </mxCell>
        <mxCell id="PJUP-OBpyC3OTBr9TddZ-61" parent="PJUP-OBpyC3OTBr9TddZ-46" style="shape=partialRectangle;html=1;whiteSpace=wrap;connectable=0;strokeColor=inherit;overflow=hidden;fillColor=none;top=0;left=0;bottom=0;right=0;pointerEvents=1;" vertex="1">
          <mxGeometry height="40" width="140" x="560" as="geometry">
            <mxRectangle height="40" width="140" as="alternateBounds" />
          </mxGeometry>
        </mxCell>
        <mxCell id="PJUP-OBpyC3OTBr9TddZ-82" parent="PJUP-OBpyC3OTBr9TddZ-46" style="shape=partialRectangle;html=1;whiteSpace=wrap;connectable=0;strokeColor=inherit;overflow=hidden;fillColor=none;top=0;left=0;bottom=0;right=0;pointerEvents=1;" vertex="1">
          <mxGeometry height="40" width="110" x="700" as="geometry">
            <mxRectangle height="40" width="110" as="alternateBounds" />
          </mxGeometry>
        </mxCell>
        <mxCell id="PJUP-OBpyC3OTBr9TddZ-95" parent="PJUP-OBpyC3OTBr9TddZ-46" style="shape=partialRectangle;html=1;whiteSpace=wrap;connectable=0;strokeColor=inherit;overflow=hidden;fillColor=none;top=0;left=0;bottom=0;right=0;pointerEvents=1;" vertex="1">
          <mxGeometry height="40" width="110" x="810" as="geometry">
            <mxRectangle height="40" width="110" as="alternateBounds" />
          </mxGeometry>
        </mxCell>
-         <mxCell id="PJUP-OBpyC3OTBr9TddZ-88" parent="PJUP-OBpyC3OTBr9TddZ-46" style="shape=partialRectangle;html=1;whiteSpace=wrap;connectable=0;strokeColor=inherit;overflow=hidden;fillColor=none;top=0;left=0;bottom=0;right=0;pointerEvents=1;" vertex="1">
-           <mxGeometry height="40" width="110" x="920" as="geometry">
-             <mxRectangle height="40" width="110" as="alternateBounds" />
-           </mxGeometry>
-         </mxCell>
-         <mxCell id="PJUP-OBpyC3OTBr9TddZ-62" parent="1" style="text;html=1;whiteSpace=wrap;overflow=hidden;rounded=0;" value="&lt;h1 style=&quot;margin-top: 0px;&quot;&gt;电量损耗估算工时&lt;/h1&gt;&lt;p&gt;当前电池容量 = 上一次计算电池容量 - 采集次数 * 采集功耗 - 上报功耗&lt;/p&gt;&lt;p&gt;采集次数 = (本次上报时间 - 上一次上报时间)秒 / 采样间隔(秒)&lt;/p&gt;&lt;p&gt;&lt;font style=&quot;color: light-dark(rgb(255, 0, 0), rgb(237, 237, 237));&quot;&gt;采集次数(压力PM100/PM200普通采集模式) = (本次上报时间 - 上一次上报时间)分钟&lt;/font&gt;&lt;/p&gt;&lt;p&gt;&lt;font style=&quot;color: light-dark(rgb(255, 0, 0), rgb(237, 237, 237));&quot;&gt;采集次数(压力PM200高频采集模式) = (本次上报时间 - 上一次上报时间)秒&lt;/font&gt;&lt;/p&gt;&lt;p&gt;&lt;font style=&quot;color: light-dark(rgb(255, 0, 0), rgb(237, 237, 237));&quot;&gt;&lt;span style=&quot;color: rgb(0, 0, 0);&quot;&gt;容降功耗 = 电池容量（减损后）* 2% / 365 / 24&amp;nbsp; /60* (本次采集时间 - 上一次采集时间)分钟&lt;/span&gt;&lt;/font&gt;&lt;/p&gt;" vertex="1">
+         <mxCell id="PJUP-OBpyC3OTBr9TddZ-62" parent="1" style="text;html=1;whiteSpace=wrap;overflow=hidden;rounded=0;" value="&lt;h1 style=&quot;margin-top: 0px;&quot;&gt;电量损耗估算工时&lt;/h1&gt;&lt;p&gt;当前电池容量 = 上一次计算电池容量 - 采集次数 * 采集功耗 - 上报功耗 - 容降功耗&lt;/p&gt;&lt;p&gt;采集次数 = (本次上报时间 - 上一次上报时间)秒 / 采样间隔(秒)&lt;/p&gt;&lt;p&gt;&lt;font style=&quot;color: light-dark(rgb(255, 0, 0), rgb(237, 237, 237));&quot;&gt;采集次数(压力PM100/PM200普通采集模式) = (本次上报时间 - 上一次上报时间)分钟&lt;/font&gt;&lt;/p&gt;&lt;p&gt;&lt;font style=&quot;color: light-dark(rgb(255, 0, 0), rgb(237, 237, 237));&quot;&gt;采集次数(压力PM200高频采集模式) = (本次上报时间 - 上一次上报时间)秒&lt;/font&gt;&lt;/p&gt;&lt;p&gt;&lt;font style=&quot;color: light-dark(rgb(255, 0, 0), rgb(237, 237, 237));&quot;&gt;&lt;span style=&quot;color: rgb(0, 0, 0);&quot;&gt;容降功耗 = 电池容量（减损后）* 2% / 365 / 24&amp;nbsp; /60* (本次采集时间 - 上一次采集时间)分钟&lt;/span&gt;&lt;/font&gt;&lt;/p&gt;" vertex="1">
          <mxGeometry height="250" width="760" x="-50" y="755" as="geometry" />
        </mxCell>
        <mxCell id="PJUP-OBpyC3OTBr9TddZ-63" parent="1" style="text;html=1;whiteSpace=wrap;strokeColor=none;fillColor=none;align=center;verticalAlign=middle;rounded=0;" value="&lt;h1 style=&quot;text-align: left; margin-top: 0px;&quot;&gt;设备电池电量配置信息&lt;/h1&gt;" vertex="1">
          <mxGeometry height="30" width="250" x="-50" y="370" as="geometry" />
        </mxCell>
        <mxCell id="PJUP-OBpyC3OTBr9TddZ-64" parent="1" style="text;html=1;whiteSpace=wrap;overflow=hidden;rounded=0;" value="&lt;h1 style=&quot;margin-top: 0px;&quot;&gt;电池电量表数据初始化&lt;/h1&gt;&lt;p&gt;1.新的设备：设备注册时，获取设备电池配置表的参数，直接生成相关数据&lt;/p&gt;&lt;p&gt;2.老的设备：获取&lt;span style=&quot;background-color: transparent; color: light-dark(rgb(0, 0, 0), rgb(255, 255, 255));&quot;&gt;设备电池配置表的参数，同时获取&lt;/span&gt;&lt;span style=&quot;background-color: transparent; color: light-dark(rgb(0, 0, 0), rgb(255, 255, 255));&quot;&gt;设备初次上报的时间，以及最后上报的参数信息，通过电量损耗估算公式，生成相关记录&lt;/span&gt;&lt;/p&gt;" vertex="1">
          <mxGeometry height="165" width="610" x="-50" y="1045" as="geometry" />
        </mxCell>
      </root>
    </mxGraphModel>
  </diagram>
</mxfile>
